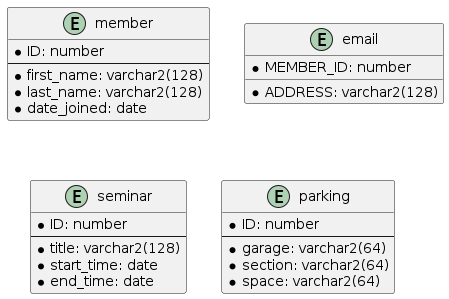
Earlier version of the PlantUML export hw/04/db.png (adam-neeley/db-design).
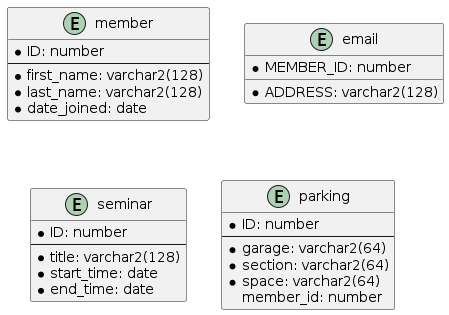
The same file after the commit.

What changed in the source:
```diff
@@ -26,7 +26,7 @@
  * garage: varchar2(64)
  * section: varchar2(64)
  * space: varchar2(64)
+ member_id: number
 }
 
-
 @enduml
```
